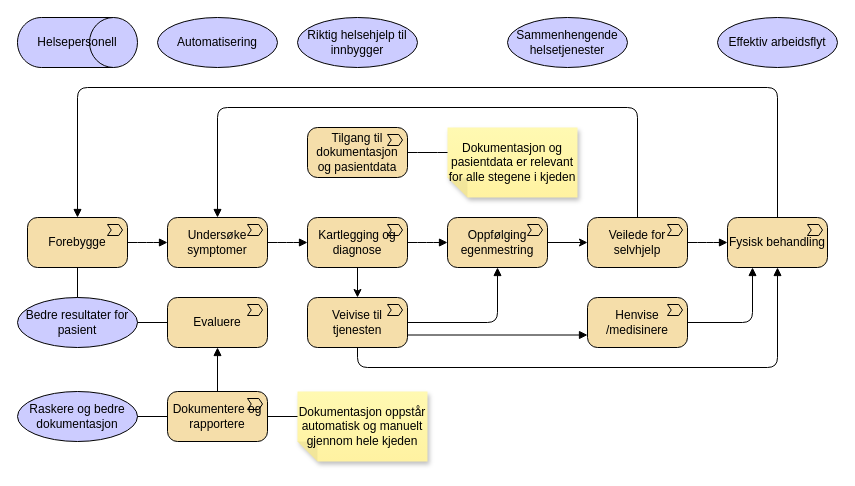
Before: page "verdikjede-helsepersonell" (6 of 8) of docs/strategi/value-chain.drawio in hdir/Digital-Forstelinje, a draw.io diagram. Source tidied: cells renumbered, new cells numbered last; positions are measured from the earlier drawing's top-left corner, leaving out a move shared by most shapes. Both pictures are drawn from the tidied source at 100%, with x=0, y=0 at pixel (17, 17).
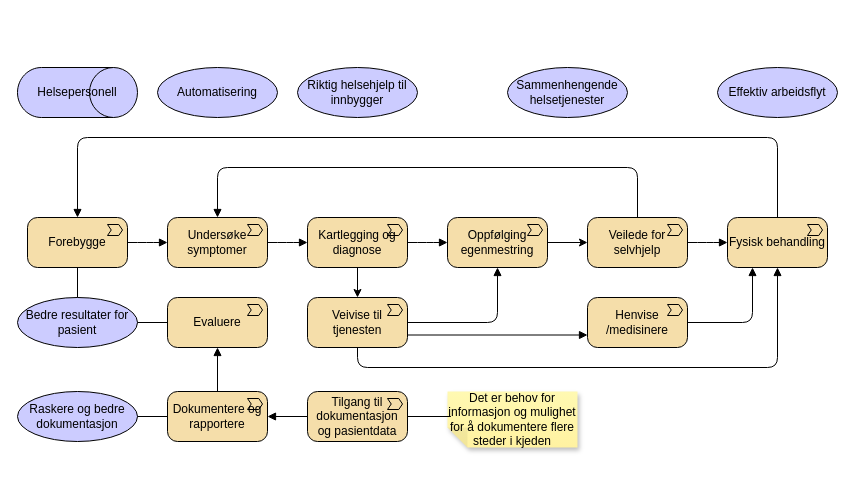
After the change.

The change refers to these unchanged cells:
```xml
<mxCell id="2" value="Undersøke symptomer" style="html=1;outlineConnect=0;whiteSpace=wrap;fillColor=#F5DEAA;shape=mxgraph.archimate3.application;appType=valueStream;archiType=rounded;" parent="1" vertex="1">
  <mxGeometry x="150" y="200" width="100" height="50" as="geometry" />
</mxCell>
<mxCell id="3" value="Forebygge" style="html=1;outlineConnect=0;whiteSpace=wrap;fillColor=#F5DEAA;shape=mxgraph.archimate3.application;appType=valueStream;archiType=rounded;" parent="1" vertex="1">
  <mxGeometry x="10" y="200" width="100" height="50" as="geometry" />
</mxCell>
<mxCell id="8" value="Veilede for selvhjelp" style="html=1;outlineConnect=0;whiteSpace=wrap;fillColor=#F5DEAA;shape=mxgraph.archimate3.application;appType=valueStream;archiType=rounded;" parent="1" vertex="1">
  <mxGeometry x="570" y="200" width="100" height="50" as="geometry" />
</mxCell>
<mxCell id="15" value="Fysisk behandling" style="html=1;outlineConnect=0;whiteSpace=wrap;fillColor=#F5DEAA;shape=mxgraph.archimate3.application;appType=valueStream;archiType=rounded;" parent="1" vertex="1">
  <mxGeometry x="710" y="200" width="100" height="50" as="geometry" />
</mxCell>
<mxCell id="31" value="Dokumentere og rapportere" style="html=1;outlineConnect=0;whiteSpace=wrap;fillColor=#F5DEAA;shape=mxgraph.archimate3.application;appType=valueStream;archiType=rounded;" parent="1" vertex="1">
  <mxGeometry x="150" y="374" width="100" height="50" as="geometry" />
</mxCell>
```

Diff of the diagram source:
```diff
@@
     <mxCell id="13" style="edgeStyle=elbowEdgeStyle;html=1;endArrow=block;dashed=0;elbow=vertical;endFill=1;entryX=0.5;entryY=0;entryDx=0;entryDy=0;entryPerimeter=0;exitX=0.5;exitY=0;exitDx=0;exitDy=0;exitPerimeter=0;" parent="1" edge="1" source="8" target="2">
       <mxGeometry relative="1" as="geometry">
         <Array as="points">
-          <mxPoint x="410" y="90" />
+          <mxPoint x="410" y="150" />
         </Array>
       </mxGeometry>
     </mxCell>
@@
     <mxCell id="17" style="edgeStyle=elbowEdgeStyle;html=1;endArrow=block;dashed=0;elbow=vertical;endFill=1;entryX=0.5;entryY=0;entryDx=0;entryDy=0;entryPerimeter=0;exitX=0.5;exitY=0;exitDx=0;exitDy=0;exitPerimeter=0;" parent="1" edge="1" source="15" target="3">
       <mxGeometry relative="1" as="geometry">
         <Array as="points">
-          <mxPoint x="420" y="70" />
+          <mxPoint x="410" y="120" />
         </Array>
       </mxGeometry>
     </mxCell>
@@
     <mxCell id="26" value="Helsepersonell" style="html=1;whiteSpace=wrap;fillColor=#CCCCFF;shape=mxgraph.archimate3.role;" parent="1" vertex="1">
-      <mxGeometry width="120" height="50" as="geometry" />
+      <mxGeometry y="50" width="120" height="50" as="geometry" />
     </mxCell>
     <mxCell id="27" value="Sammenhengende helsetjenester" style="shape=ellipse;html=1;whiteSpace=wrap;fillColor=#CCCCFF;" parent="1" vertex="1">
-      <mxGeometry x="490" width="120" height="50" as="geometry" />
+      <mxGeometry x="490" y="50" width="120" height="50" as="geometry" />
     </mxCell>
     <mxCell id="28" value="Effektiv arbeidsflyt" style="shape=ellipse;html=1;whiteSpace=wrap;fillColor=#CCCCFF;" parent="1" vertex="1">
-      <mxGeometry x="700" width="120" height="50" as="geometry" />
+      <mxGeometry x="700" y="50" width="120" height="50" as="geometry" />
     </mxCell>
     <mxCell id="29" value="Automatisering" style="shape=ellipse;html=1;whiteSpace=wrap;fillColor=#CCCCFF;" parent="1" vertex="1">
-      <mxGeometry x="140" width="120" height="50" as="geometry" />
+      <mxGeometry x="140" y="50" width="120" height="50" as="geometry" />
     </mxCell>
     <mxCell id="30" value="Riktig helsehjelp til innbygger" style="shape=ellipse;html=1;whiteSpace=wrap;fillColor=#CCCCFF;" parent="1" vertex="1">
-      <mxGeometry x="280" width="120" height="50" as="geometry" />
+      <mxGeometry x="280" y="50" width="120" height="50" as="geometry" />
     </mxCell>
@@
-    <mxCell id="33" value="Dokumentasjon oppstår automatisk og manuelt gjennom hele kjeden" style="shape=note;whiteSpace=wrap;html=1;backgroundOutline=1;fontColor=#000000;darkOpacity=0.05;fillColor=#FFF9B2;strokeColor=none;fillStyle=solid;direction=west;gradientDirection=north;gradientColor=#FFF2A1;shadow=1;size=20;" parent="1" vertex="1">
-      <mxGeometry x="280" y="374" width="130" height="70" as="geometry" />
-    </mxCell>
-    <mxCell id="34" style="edgeStyle=elbowEdgeStyle;html=1;endArrow=none;elbow=vertical;exitX=1;exitY=0.5;exitDx=0;exitDy=0;entryX=0;entryY=0;entryDx=130;entryDy=45;entryPerimeter=0;exitPerimeter=0;" parent="1" edge="1" source="31" target="33">
-      <mxGeometry relative="1" as="geometry" />
-    </mxCell>
@@
     <mxCell id="37" value="Tilgang til dokumentasjon og pasientdata" style="html=1;outlineConnect=0;whiteSpace=wrap;fillColor=#F5DEAA;shape=mxgraph.archimate3.application;appType=valueStream;archiType=rounded;" parent="1" vertex="1">
-      <mxGeometry x="290" y="110" width="100" height="50" as="geometry" />
+      <mxGeometry x="290" y="374" width="100" height="50" as="geometry" />
     </mxCell>
-    <mxCell id="38" value="Dokumentasjon og pasientdata er relevant for alle stegene i kjeden" style="shape=note;whiteSpace=wrap;html=1;backgroundOutline=1;fontColor=#000000;darkOpacity=0.05;fillColor=#FFF9B2;strokeColor=none;fillStyle=solid;direction=west;gradientDirection=north;gradientColor=#FFF2A1;shadow=1;size=20;" parent="1" vertex="1">
-      <mxGeometry x="430" y="110" width="130" height="70" as="geometry" />
+    <mxCell id="38" value="&lt;span style=&quot;color: rgb(0, 0, 0);&quot;&gt;Det er behov for informasjon og mulighet for å dokumentere flere steder i kjeden&lt;/span&gt;" style="shape=note;whiteSpace=wrap;html=1;backgroundOutline=1;fontColor=#000000;darkOpacity=0.05;fillColor=#FFF9B2;strokeColor=none;fillStyle=solid;direction=west;gradientDirection=north;gradientColor=#FFF2A1;shadow=1;size=20;" parent="1" vertex="1">
+      <mxGeometry x="430" y="374" width="130" height="56" as="geometry" />
     </mxCell>
-    <mxCell id="39" style="edgeStyle=elbowEdgeStyle;html=1;endArrow=none;elbow=vertical;exitX=1;exitY=0.5;exitDx=0;exitDy=0;entryX=0;entryY=0;entryDx=130;entryDy=45;entryPerimeter=0;exitPerimeter=0;" parent="1" edge="1" source="37" target="38">
+    <mxCell id="39" style="edgeStyle=elbowEdgeStyle;html=1;endArrow=none;elbow=vertical;exitX=1;exitY=0.5;exitDx=0;exitDy=0;entryX=0.974;entryY=0.543;entryDx=0;entryDy=0;entryPerimeter=0;exitPerimeter=0;" parent="1" edge="1" source="37" target="38">
       <mxGeometry relative="1" as="geometry" />
     </mxCell>
+    <mxCell id="40" style="edgeStyle=orthogonalEdgeStyle;html=1;endArrow=block;dashed=0;elbow=vertical;endFill=1;entryX=1;entryY=0.5;entryDx=0;entryDy=0;entryPerimeter=0;exitX=0;exitY=0.5;exitDx=0;exitDy=0;exitPerimeter=0;" parent="1" edge="1" source="37" target="31">
+      <mxGeometry relative="1" as="geometry" />
+    </mxCell>
```
